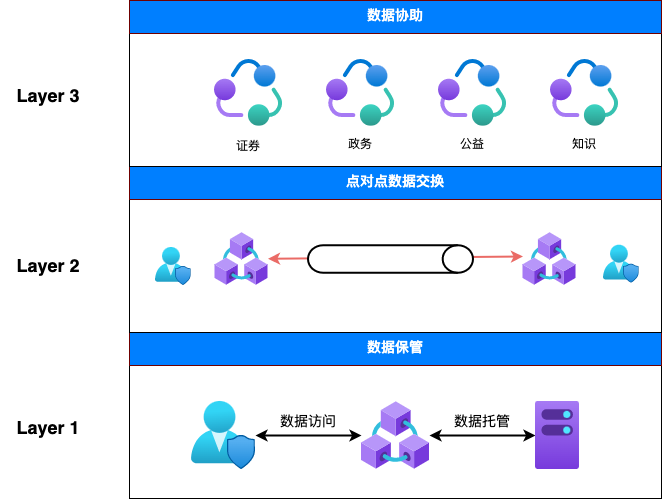
The draw.io diagram public/layered-arch.png in bytehubplus/bytehubplus.github.io, before a commit. Source tidied: cells renumbered, new cells last; positions are measured from the earlier drawing's top-left corner, leaving out a move shared by most shapes.
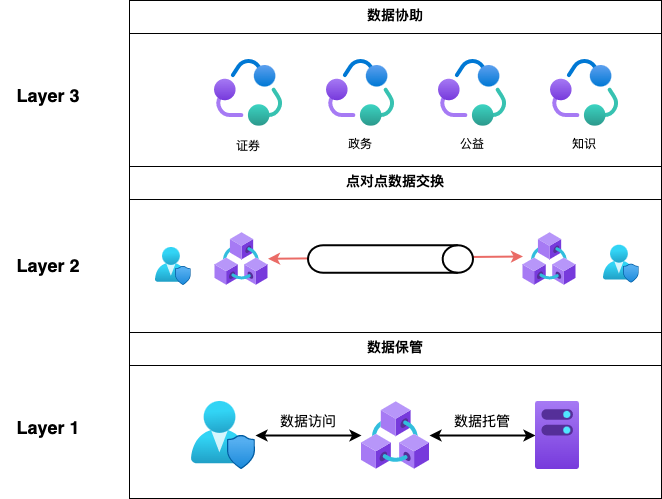
The same file after the commit.

Diff of the diagram source:
```diff
@@ -8,10 +8,10 @@
     <mxCell id="3" style="rounded=0;whiteSpace=wrap;html=1;" parent="2" vertex="1">
       <mxGeometry width="532" height="166" as="geometry" />
     </mxCell>
-    <mxCell id="4" style="rounded=0;whiteSpace=wrap;html=1;fillColor=#007FFF;fontColor=#ffffff;strokeColor=#6F0000;" parent="2" vertex="1">
+    <mxCell id="4" style="rounded=0;whiteSpace=wrap;html=1;" parent="2" vertex="1">
       <mxGeometry width="532" height="33" as="geometry" />
     </mxCell>
-    <mxCell id="5" value="数据保管" style="text;html=1;strokeColor=none;fillColor=none;align=center;verticalAlign=middle;whiteSpace=wrap;rounded=0;fontStyle=1;fontSize=14;fontColor=#FFFFFF;" parent="2" vertex="1">
+    <mxCell id="5" value="数据保管" style="text;html=1;strokeColor=none;fillColor=none;align=center;verticalAlign=middle;whiteSpace=wrap;rounded=0;fontStyle=1;fontSize=14;fontColor=#000000;" parent="2" vertex="1">
       <mxGeometry x="197" width="138" height="30" as="geometry" />
     </mxCell>
     <mxCell id="6" style="edgeStyle=orthogonalEdgeStyle;rounded=0;jettySize=auto;html=1;strokeWidth=2;fontSize=14;fontColor=#FFFFFF;startArrow=classic;startFill=1;" parent="1" edge="1" source="8" target="9">
@@ -41,10 +41,10 @@
     <mxCell id="14" style="rounded=0;whiteSpace=wrap;html=1;" parent="13" vertex="1">
       <mxGeometry width="532" height="166" as="geometry" />
     </mxCell>
-    <mxCell id="15" style="rounded=0;whiteSpace=wrap;html=1;fillColor=#007FFF;fontColor=#ffffff;strokeColor=#6F0000;" parent="13" vertex="1">
+    <mxCell id="15" style="rounded=0;whiteSpace=wrap;html=1;" parent="13" vertex="1">
       <mxGeometry width="532" height="33" as="geometry" />
     </mxCell>
-    <mxCell id="16" value="点对点数据交换" style="text;html=1;strokeColor=none;fillColor=none;align=center;verticalAlign=middle;whiteSpace=wrap;rounded=0;fontStyle=1;fontSize=14;fontColor=#FFFFFF;" parent="13" vertex="1">
+    <mxCell id="16" value="点对点数据交换" style="text;html=1;strokeColor=none;fillColor=none;align=center;verticalAlign=middle;whiteSpace=wrap;rounded=0;fontStyle=1;fontSize=14;fontColor=#000000;" parent="13" vertex="1">
       <mxGeometry x="197" width="138" height="30" as="geometry" />
     </mxCell>
     <mxCell id="17" style="html=1;points=[];align=center;image;fontSize=12;image=img/lib/azure2/blockchain/Azure_Blockchain_Service.svg;fontColor=#FFFFFF;" parent="13" vertex="1">
@@ -71,10 +71,10 @@
     <mxCell id="24" style="rounded=0;whiteSpace=wrap;html=1;" parent="23" vertex="1">
       <mxGeometry width="532" height="166" as="geometry" />
     </mxCell>
-    <mxCell id="25" style="rounded=0;whiteSpace=wrap;html=1;fillColor=#007FFF;fontColor=#ffffff;strokeColor=#6F0000;" parent="23" vertex="1">
+    <mxCell id="25" style="rounded=0;whiteSpace=wrap;html=1;" parent="23" vertex="1">
       <mxGeometry width="532" height="33" as="geometry" />
     </mxCell>
-    <mxCell id="26" value="数据协助" style="text;html=1;strokeColor=none;fillColor=none;align=center;verticalAlign=middle;whiteSpace=wrap;rounded=0;fontStyle=1;fontSize=14;fontColor=#FFFFFF;" parent="23" vertex="1">
+    <mxCell id="26" value="数据协助" style="text;html=1;strokeColor=none;fillColor=none;align=center;verticalAlign=middle;whiteSpace=wrap;rounded=0;fontStyle=1;fontSize=14;fontColor=#000000;" parent="23" vertex="1">
       <mxGeometry x="197" width="138" height="30" as="geometry" />
     </mxCell>
     <mxCell id="27" style="html=1;align=center;image;fontSize=12;image=img/lib/azure2/azure_ecosystem/Collaborative_Service.svg;fontColor=#000000;" parent="23" vertex="1">
```
